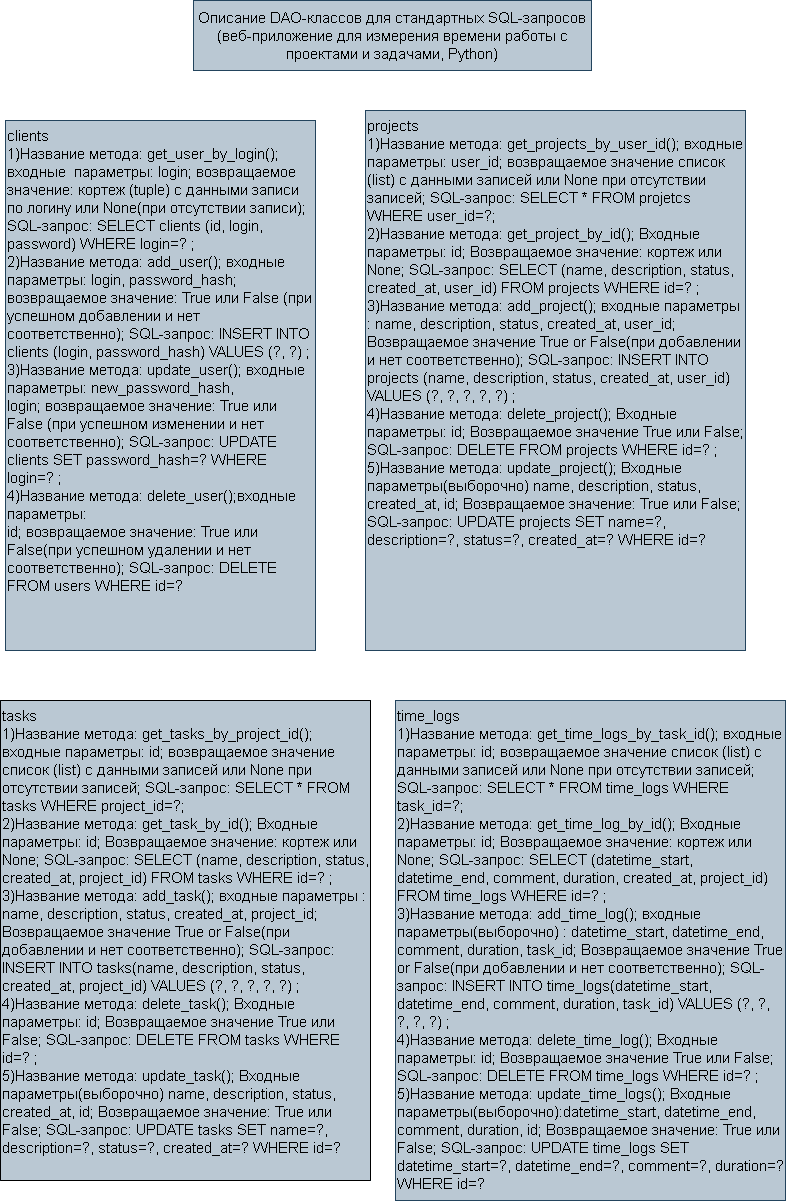
Flski/projects_time keeps this draw.io diagram as docs/DAO.png. Above is the earlier version. Source tidied: cells renumbered, new cells last; positions are measured from the earlier drawing's top-left corner, leaving out a move shared by most shapes.
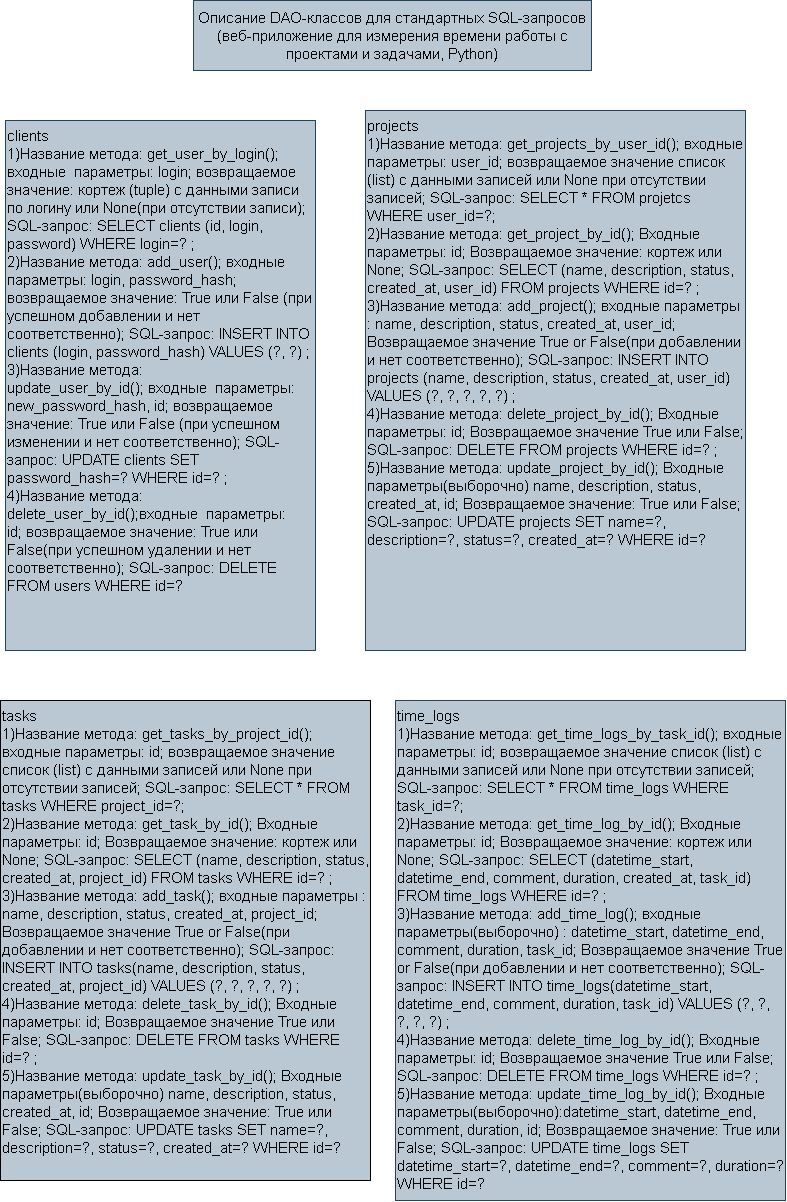
After the commit.

What changed in the source:
```diff
@@ -5,16 +5,16 @@
     <mxCell id="2" style="swimlane;startSize=0;" parent="1" vertex="1">
       <mxGeometry x="5" y="120" width="310" height="530" as="geometry" />
     </mxCell>
-    <mxCell id="3" value="&lt;div&gt;clients&lt;/div&gt;&lt;div&gt;1)Название метода: get_user_by_login(); входные&amp;nbsp; параметры: login; возвращаемое значение: кортеж (tuple) с данными записи по логину или None(при отсутствии записи); SQL-запрос: SELECT clients (id, login, password) WHERE login=? ;&lt;/div&gt;&lt;div&gt;2)&lt;span style=&quot;background-color: transparent; color: light-dark(rgb(0, 0, 0), rgb(255, 255, 255));&quot;&gt;Название метода: add_user();&amp;nbsp;&lt;/span&gt;&lt;span style=&quot;background-color: transparent; color: light-dark(rgb(0, 0, 0), rgb(255, 255, 255));&quot;&gt;входные&amp;nbsp; параметры:&lt;/span&gt;&lt;span style=&quot;background-color: transparent; color: light-dark(rgb(0, 0, 0), rgb(255, 255, 255));&quot;&gt;&amp;nbsp;login, password_hash; возвращаемое значение: True или False (при успешном добавлении и нет соответственно); SQL-запрос: INSERT INTO clients (login, password_hash) VALUES (?, ?) ;&lt;/span&gt;&lt;/div&gt;&lt;div&gt;&lt;span style=&quot;background-color: transparent; color: light-dark(rgb(0, 0, 0), rgb(255, 255, 255));&quot;&gt;3)&lt;/span&gt;&lt;span style=&quot;background-color: transparent; color: light-dark(rgb(0, 0, 0), rgb(255, 255, 255));&quot;&gt;Название метода: update_user();&amp;nbsp;&lt;/span&gt;&lt;span style=&quot;background-color: transparent; color: light-dark(rgb(0, 0, 0), rgb(255, 255, 255));&quot;&gt;входные&amp;nbsp; параметры: new_password_hash, login;&amp;nbsp;&lt;/span&gt;&lt;span style=&quot;background-color: transparent; color: light-dark(rgb(0, 0, 0), rgb(255, 255, 255));&quot;&gt;возвращаемое значение:&lt;/span&gt;&lt;span style=&quot;background-color: transparent; color: light-dark(rgb(0, 0, 0), rgb(255, 255, 255));&quot;&gt;&amp;nbsp;True или False (при успешном изменении и нет соответственно); SQL-запрос: UPDATE clients SET password_hash=? WHERE login=? ;&lt;/span&gt;&lt;/div&gt;&lt;div&gt;&lt;span style=&quot;background-color: transparent; color: light-dark(rgb(0, 0, 0), rgb(255, 255, 255));&quot;&gt;4)Название метода: delete_user();&lt;/span&gt;&lt;span style=&quot;background-color: transparent; color: light-dark(rgb(0, 0, 0), rgb(255, 255, 255));&quot;&gt;входные&amp;nbsp; параметры:&lt;/span&gt;&lt;span style=&quot;background-color: transparent; color: light-dark(rgb(0, 0, 0), rgb(255, 255, 255));&quot;&gt;&amp;nbsp;&lt;/span&gt;&lt;/div&gt;&lt;div&gt;&lt;span style=&quot;background-color: transparent; color: light-dark(rgb(0, 0, 0), rgb(255, 255, 255));&quot;&gt;id; возвращаемое значение: True или False(при успешном удалении и нет соответственно); SQL-запрос: DELETE FROM users WHERE id=?&lt;/span&gt;&lt;/div&gt;" style="text;html=1;whiteSpace=wrap;strokeColor=#23445d;fillColor=#bac8d3;align=left;verticalAlign=top;rounded=0;fontSize=15;" parent="2" vertex="1">
+    <mxCell id="3" value="&lt;div&gt;clients&lt;/div&gt;&lt;div&gt;1)Название метода: get_user_by_login(); входные&amp;nbsp; параметры: login; возвращаемое значение: кортеж (tuple) с данными записи по логину или None(при отсутствии записи); SQL-запрос: SELECT clients (id, login, password) WHERE login=? ;&lt;/div&gt;&lt;div&gt;2)&lt;span style=&quot;background-color: transparent; color: light-dark(rgb(0, 0, 0), rgb(255, 255, 255));&quot;&gt;Название метода: add_user();&amp;nbsp;&lt;/span&gt;&lt;span style=&quot;background-color: transparent; color: light-dark(rgb(0, 0, 0), rgb(255, 255, 255));&quot;&gt;входные&amp;nbsp; параметры:&lt;/span&gt;&lt;span style=&quot;background-color: transparent; color: light-dark(rgb(0, 0, 0), rgb(255, 255, 255));&quot;&gt;&amp;nbsp;login, password_hash; возвращаемое значение: True или False (при успешном добавлении и нет соответственно); SQL-запрос: INSERT INTO clients (login, password_hash) VALUES (?, ?) ;&lt;/span&gt;&lt;/div&gt;&lt;div&gt;&lt;span style=&quot;background-color: transparent; color: light-dark(rgb(0, 0, 0), rgb(255, 255, 255));&quot;&gt;3)&lt;/span&gt;&lt;span style=&quot;background-color: transparent; color: light-dark(rgb(0, 0, 0), rgb(255, 255, 255));&quot;&gt;Название метода: update_user_by_id();&amp;nbsp;&lt;/span&gt;&lt;span style=&quot;background-color: transparent; color: light-dark(rgb(0, 0, 0), rgb(255, 255, 255));&quot;&gt;входные&amp;nbsp; параметры: new_password_hash, id;&amp;nbsp;&lt;/span&gt;&lt;span style=&quot;background-color: transparent; color: light-dark(rgb(0, 0, 0), rgb(255, 255, 255));&quot;&gt;возвращаемое значение:&lt;/span&gt;&lt;span style=&quot;background-color: transparent; color: light-dark(rgb(0, 0, 0), rgb(255, 255, 255));&quot;&gt;&amp;nbsp;True или False (при успешном изменении и нет соответственно); SQL-запрос: UPDATE clients SET password_hash=? WHERE id=? ;&lt;/span&gt;&lt;/div&gt;&lt;div&gt;&lt;span style=&quot;background-color: transparent; color: light-dark(rgb(0, 0, 0), rgb(255, 255, 255));&quot;&gt;4)Название метода: delete_user_by_id();&lt;/span&gt;&lt;span style=&quot;background-color: transparent; color: light-dark(rgb(0, 0, 0), rgb(255, 255, 255));&quot;&gt;входные&amp;nbsp; параметры:&lt;/span&gt;&lt;span style=&quot;background-color: transparent; color: light-dark(rgb(0, 0, 0), rgb(255, 255, 255));&quot;&gt;&amp;nbsp;&lt;/span&gt;&lt;/div&gt;&lt;div&gt;&lt;span style=&quot;background-color: transparent; color: light-dark(rgb(0, 0, 0), rgb(255, 255, 255));&quot;&gt;id; возвращаемое значение: True или False(при успешном удалении и нет соответственно); SQL-запрос: DELETE FROM users WHERE id=?&lt;/span&gt;&lt;/div&gt;" style="text;html=1;whiteSpace=wrap;strokeColor=#23445d;fillColor=#bac8d3;align=left;verticalAlign=top;rounded=0;fontSize=15;" parent="2" vertex="1">
       <mxGeometry width="310" height="530" as="geometry" />
     </mxCell>
     <mxCell id="4" style="swimlane;startSize=0;" parent="1" vertex="1">
       <mxGeometry x="365" y="110" width="380" height="540" as="geometry" />
     </mxCell>
-    <mxCell id="5" value="&lt;div&gt;projects&lt;/div&gt;1)Название метода: get_projects_by_user_id(); входные параметры: user_id; возвращаемое значение список (list) с данными записей или None при отсутствии записей; SQL-запрос: SELECT * FROM projetcs WHERE user_id=?;&lt;div&gt;2)Название метода: get_project_by_id(); Входные параметры: id; Возвращаемое значение: кортеж или None; SQL-запрос: SELECT (name, description, status, created_at, user_id) FROM projects WHERE id=? ;&lt;br&gt;&lt;div&gt;3)Название метода: add_project(); входные параметры : name, description, status, created_at, user_id; Возвращаемое значение True or False(при добавлении и нет соответственно); SQL-запрос: INSERT INTO projects (name, description, status, created_at, user_id) VALUES (?, ?, ?, ?, ?) ;&lt;/div&gt;&lt;div&gt;4)Название метода: delete_project(); Входные параметры: id; Возвращаемое значение True или False; SQL-запрос: DELETE FROM projects WHERE id=? ;&lt;/div&gt;&lt;div&gt;5)Название метода: update_project(); Входные параметры(выборочно) name, description, status, created_at, id; Возвращаемое значение: True или False; SQL-запрос: UPDATE projects SET name=?, description=?, status=?, created_at=? WHERE id=?&lt;/div&gt;&lt;/div&gt;" style="text;html=1;whiteSpace=wrap;strokeColor=#23445d;fillColor=#bac8d3;align=left;verticalAlign=top;rounded=0;labelPosition=center;verticalLabelPosition=middle;fontSize=15;" parent="4" vertex="1">
+    <mxCell id="5" value="&lt;div&gt;projects&lt;/div&gt;1)Название метода: get_projects_by_user_id(); входные параметры: user_id; возвращаемое значение список (list) с данными записей или None при отсутствии записей; SQL-запрос: SELECT * FROM projetcs WHERE user_id=?;&lt;div&gt;2)Название метода: get_project_by_id(); Входные параметры: id; Возвращаемое значение: кортеж или None; SQL-запрос: SELECT (name, description, status, created_at, user_id) FROM projects WHERE id=? ;&lt;br&gt;&lt;div&gt;3)Название метода: add_project(); входные параметры : name, description, status, created_at, user_id; Возвращаемое значение True or False(при добавлении и нет соответственно); SQL-запрос: INSERT INTO projects (name, description, status, created_at, user_id) VALUES (?, ?, ?, ?, ?) ;&lt;/div&gt;&lt;div&gt;4)Название метода: delete_project_by_id(); Входные параметры: id; Возвращаемое значение True или False; SQL-запрос: DELETE FROM projects WHERE id=? ;&lt;/div&gt;&lt;div&gt;5)Название метода: update_project_by_id(); Входные параметры(выборочно) name, description, status, created_at, id; Возвращаемое значение: True или False; SQL-запрос: UPDATE projects SET name=?, description=?, status=?, created_at=? WHERE id=?&lt;/div&gt;&lt;/div&gt;" style="text;html=1;whiteSpace=wrap;strokeColor=#23445d;fillColor=#bac8d3;align=left;verticalAlign=top;rounded=0;labelPosition=center;verticalLabelPosition=middle;fontSize=15;" parent="4" vertex="1">
       <mxGeometry width="380" height="540" as="geometry" />
     </mxCell>
-    <mxCell id="6" value="&lt;div&gt;tasks&lt;/div&gt;1)Название метода: get_tasks_by_project_id(); входные параметры: id; возвращаемое значение список (list) с данными записей или None при отсутствии записей; SQL-запрос: SELECT * FROM tasks WHERE project_id=?;&lt;div&gt;2)Название метода: get_task_by_id(); Входные параметры: id; Возвращаемое значение: кортеж или None; SQL-запрос: SELECT (name, description, status, created_at, project_id) FROM tasks WHERE id=? ;&lt;br&gt;&lt;div&gt;3)Название метода: add_task(); входные параметры : name, description, status, created_at, project_id; Возвращаемое значение True or False(при добавлении и нет соответственно); SQL-запрос: INSERT INTO tasks(name, description, status, created_at, project_id) VALUES (?, ?, ?, ?, ?) ;&lt;/div&gt;&lt;div&gt;4)Название метода: delete_task(); Входные параметры: id; Возвращаемое значение True или False; SQL-запрос: DELETE FROM tasks WHERE id=? ;&lt;/div&gt;&lt;div&gt;5)Название метода: update_task(); Входные параметры(выборочно) name, description, status, created_at, id; Возвращаемое значение: True или False; SQL-запрос: UPDATE tasks SET name=?, description=?, status=?, created_at=? WHERE id=?&lt;/div&gt;&lt;/div&gt;" style="text;html=1;whiteSpace=wrap;strokeColor=#23445d;fillColor=#bac8d3;align=left;verticalAlign=top;rounded=0;labelPosition=center;verticalLabelPosition=middle;fontSize=15;" parent="1" vertex="1">
+    <mxCell id="6" value="&lt;div&gt;tasks&lt;/div&gt;1)Название метода: get_tasks_by_project_id(); входные параметры: id; возвращаемое значение список (list) с данными записей или None при отсутствии записей; SQL-запрос: SELECT * FROM tasks WHERE project_id=?;&lt;div&gt;2)Название метода: get_task_by_id(); Входные параметры: id; Возвращаемое значение: кортеж или None; SQL-запрос: SELECT (name, description, status, created_at, project_id) FROM tasks WHERE id=? ;&lt;br&gt;&lt;div&gt;3)Название метода: add_task(); входные параметры : name, description, status, created_at, project_id; Возвращаемое значение True or False(при добавлении и нет соответственно); SQL-запрос: INSERT INTO tasks(name, description, status, created_at, project_id) VALUES (?, ?, ?, ?, ?) ;&lt;/div&gt;&lt;div&gt;4)Название метода: delete_task_by_id(); Входные параметры: id; Возвращаемое значение True или False; SQL-запрос: DELETE FROM tasks WHERE id=? ;&lt;/div&gt;&lt;div&gt;5)Название метода: update_task_by_id(); Входные параметры(выборочно) name, description, status, created_at, id; Возвращаемое значение: True или False; SQL-запрос: UPDATE tasks SET name=?, description=?, status=?, created_at=? WHERE id=?&lt;/div&gt;&lt;/div&gt;" style="text;html=1;whiteSpace=wrap;strokeColor=#23445d;fillColor=#bac8d3;align=left;verticalAlign=top;rounded=0;labelPosition=center;verticalLabelPosition=middle;fontSize=15;" parent="1" vertex="1">
       <mxGeometry y="700" width="370" height="480" as="geometry" />
     </mxCell>
     <mxCell id="7" style="swimlane;startSize=0;" parent="1" vertex="1">
@@ -23,7 +23,7 @@
     <mxCell id="8" style="swimlane;startSize=0;" parent="1" vertex="1">
       <mxGeometry x="395" y="700" width="390" height="500" as="geometry" />
     </mxCell>
-    <mxCell id="9" value="&lt;div&gt;time_logs&lt;/div&gt;1)Название метода: get_time_logs_by_task_id(); входные параметры: id; возвращаемое значение список (list) с данными записей или None при отсутствии записей; SQL-запрос: SELECT * FROM time_logs WHERE task_id=?;&lt;div&gt;2)Название метода: get_time_log_by_id(); Входные параметры: id; Возвращаемое значение: кортеж или None; SQL-запрос: SELECT (datetime_start, datetime_end, comment, duration, created_at, project_id) FROM time_logs WHERE id=? ;&lt;br&gt;&lt;div&gt;3)Название метода: add_time_log(); входные параметры(выборочно) : datetime_start, datetime_end, comment, duration, task_id; Возвращаемое значение True or False(при добавлении и нет соответственно); SQL-запрос: INSERT INTO time_logs(datetime_start, datetime_end, comment, duration, task_id) VALUES (?, ?, ?, ?, ?) ;&lt;/div&gt;&lt;div&gt;4)Название метода: delete_time_log(); Входные параметры: id; Возвращаемое значение True или False; SQL-запрос: DELETE FROM time_logs WHERE id=? ;&lt;/div&gt;&lt;div&gt;5)Название метода: update_time_logs(); Входные параметры(выборочно):datetime_start, datetime_end, comment, duration, id; Возвращаемое значение: True или False; SQL-запрос: UPDATE time_logs SET datetime_start=?, datetime_end=?, comment=?, duration=? WHERE id=?&lt;/div&gt;&lt;/div&gt;" style="text;html=1;whiteSpace=wrap;strokeColor=#23445d;fillColor=#bac8d3;align=left;verticalAlign=top;rounded=0;labelPosition=center;verticalLabelPosition=middle;fontSize=15;" parent="8" vertex="1">
+    <mxCell id="9" value="&lt;div&gt;time_logs&lt;/div&gt;1)Название метода: get_time_logs_by_task_id(); входные параметры: id; возвращаемое значение список (list) с данными записей или None при отсутствии записей; SQL-запрос: SELECT * FROM time_logs WHERE task_id=?;&lt;div&gt;2)Название метода: get_time_log_by_id(); Входные параметры: id; Возвращаемое значение: кортеж или None; SQL-запрос: SELECT (datetime_start, datetime_end, comment, duration, created_at, task_id) FROM time_logs WHERE id=? ;&lt;br&gt;&lt;div&gt;3)Название метода: add_time_log(); входные параметры(выборочно) : datetime_start, datetime_end, comment, duration, task_id; Возвращаемое значение True or False(при добавлении и нет соответственно); SQL-запрос: INSERT INTO time_logs(datetime_start, datetime_end, comment, duration, task_id) VALUES (?, ?, ?, ?, ?) ;&lt;/div&gt;&lt;div&gt;4)Название метода: delete_time_log_by_id(); Входные параметры: id; Возвращаемое значение True или False; SQL-запрос: DELETE FROM time_logs WHERE id=? ;&lt;/div&gt;&lt;div&gt;5)Название метода: update_time_log_by_id(); Входные параметры(выборочно):datetime_start, datetime_end, comment, duration, id; Возвращаемое значение: True или False; SQL-запрос: UPDATE time_logs SET datetime_start=?, datetime_end=?, comment=?, duration=? WHERE id=?&lt;/div&gt;&lt;/div&gt;" style="text;html=1;whiteSpace=wrap;strokeColor=#23445d;fillColor=#bac8d3;align=left;verticalAlign=top;rounded=0;labelPosition=center;verticalLabelPosition=middle;fontSize=15;" parent="8" vertex="1">
       <mxGeometry width="390" height="500" as="geometry" />
     </mxCell>
     <mxCell id="10" style="edgeStyle=orthogonalEdgeStyle;rounded=0;orthogonalLoop=1;jettySize=auto;html=1;innerLoopWaypoints=1;exitX=0.5;exitY=1;exitDx=0;exitDy=0;" parent="1" edge="1">
```
